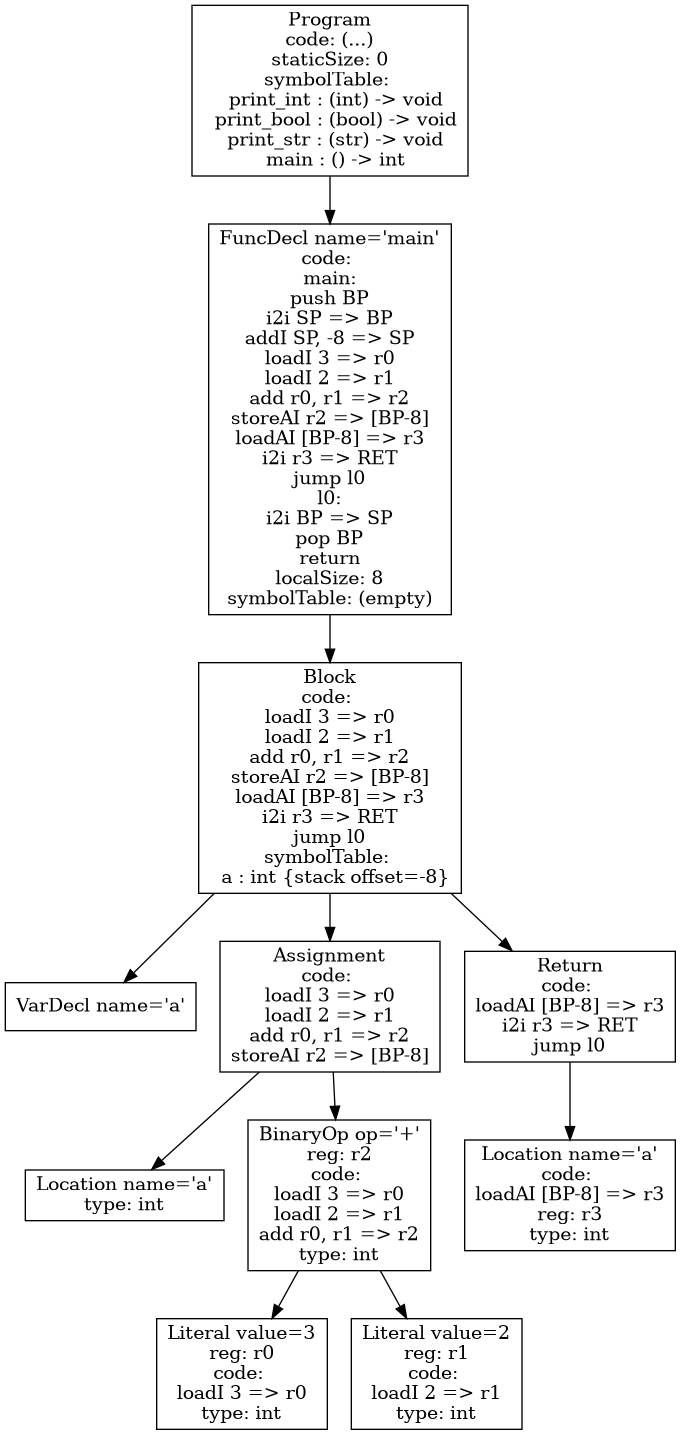
The Graphviz diagram p4-codegen/iloc-tree.png in purejerome/cs432_project, before a commit. Its source is kept beside it as p4-codegen/iloc-tree.dot.
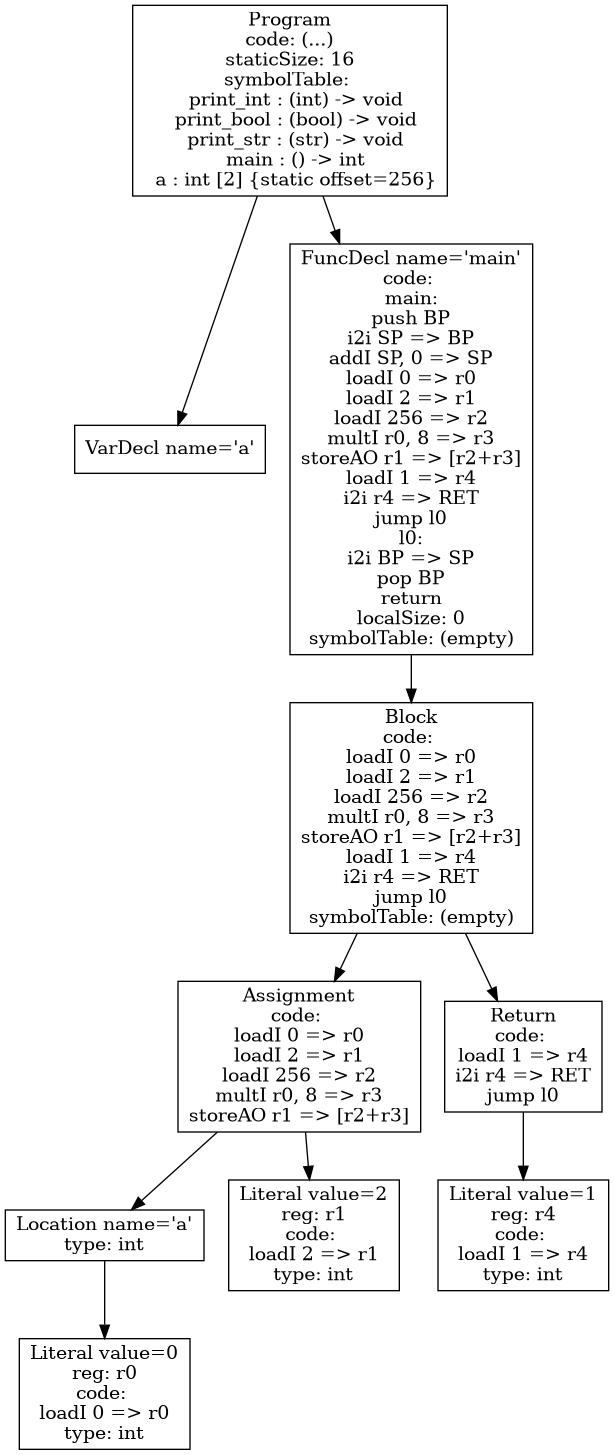
Above is the later version.

What changed in the source:
```diff
@@ -1,23 +1,21 @@
 digraph AST {
-3 [shape=box, label="VarDecl name='a'"];
+1 [shape=box, label="VarDecl name='a'"];
+6 [shape=box, label="Literal value=0\nreg: r0\ncode: \nloadI 0 => r0\ntype: int"];
 5 [shape=box, label="Location name='a'\ntype: int"];
-7 [shape=box, label="Literal value=3\nreg: r0\ncode: \nloadI 3 => r0\ntype: int"];
-8 [shape=box, label="Literal value=2\nreg: r1\ncode: \nloadI 2 => r1\ntype: int"];
-6 [shape=box, label="BinaryOp op='+'\nreg: r2\ncode: \nloadI 3 => r0\nloadI 2 => r1\nadd r0, r1 => r2\ntype: int"];
-6 -> 7;
-6 -> 8;
-4 [shape=box, label="Assignment\ncode: \nloadI 3 => r0\nloadI 2 => r1\nadd r0, r1 => r2\nstoreAI r2 => [BP-8]"];
+5 -> 6;
+7 [shape=box, label="Literal value=2\nreg: r1\ncode: \nloadI 2 => r1\ntype: int"];
+4 [shape=box, label="Assignment\ncode: \nloadI 0 => r0\nloadI 2 => r1\nloadI 256 => r2\nmultI r0, 8 => r3\nstoreAO r1 => [r2+r3]"];
 4 -> 5;
-4 -> 6;
-10 [shape=box, label="Location name='a'\ncode: \nloadAI [BP-8] => r3\nreg: r3\ntype: int"];
-9 [shape=box, label="Return\ncode: \nloadAI [BP-8] => r3\ni2i r3 => RET\njump l0"];
-9 -> 10;
-2 [shape=box, label="Block\ncode: \nloadI 3 => r0\nloadI 2 => r1\nadd r0, r1 => r2\nstoreAI r2 => [BP-8]\nloadAI [BP-8] => r3\ni2i r3 => RET\njump l0\nsymbolTable: \n  a : int {stack offset=-8}"];
+4 -> 7;
+9 [shape=box, label="Literal value=1\nreg: r4\ncode: \nloadI 1 => r4\ntype: int"];
+8 [shape=box, label="Return\ncode: \nloadI 1 => r4\ni2i r4 => RET\njump l0"];
+8 -> 9;
+3 [shape=box, label="Block\ncode: \nloadI 0 => r0\nloadI 2 => r1\nloadI 256 => r2\nmultI r0, 8 => r3\nstoreAO r1 => [r2+r3]\nloadI 1 => r4\ni2i r4 => RET\njump l0\nsymbolTable: (empty)"];
+3 -> 4;
+3 -> 8;
+2 [shape=box, label="FuncDecl name='main'\ncode: \nmain:\npush BP\ni2i SP => BP\naddI SP, 0 => SP\nloadI 0 => r0\nloadI 2 => r1\nloadI 256 => r2\nmultI r0, 8 => r3\nstoreAO r1 => [r2+r3]\nloadI 1 => r4\ni2i r4 => RET\njump l0\nl0:\ni2i BP => SP\npop BP\nreturn\nlocalSize: 0\nsymbolTable: (empty)"];
 2 -> 3;
-2 -> 4;
-2 -> 9;
-1 [shape=box, label="FuncDecl name='main'\ncode: \nmain:\npush BP\ni2i SP => BP\naddI SP, -8 => SP\nloadI 3 => r0\nloadI 2 => r1\nadd r0, r1 => r2\nstoreAI r2 => [BP-8]\nloadAI [BP-8] => r3\ni2i r3 => RET\njump l0\nl0:\ni2i BP => SP\npop BP\nreturn\nlocalSize: 8\nsymbolTable: (empty)"];
-1 -> 2;
-0 [shape=box, label="Program\ncode: (...)\nstaticSize: 0\nsymbolTable: \n  print_int : (int) -> void\n  print_bool : (bool) -> void\n  print_str : (str) -> void\n  main : () -> int"];
+0 [shape=box, label="Program\ncode: (...)\nstaticSize: 16\nsymbolTable: \n  print_int : (int) -> void\n  print_bool : (bool) -> void\n  print_str : (str) -> void\n  main : () -> int\n  a : int [2] {static offset=256}"];
 0 -> 1;
+0 -> 2;
 }
```
